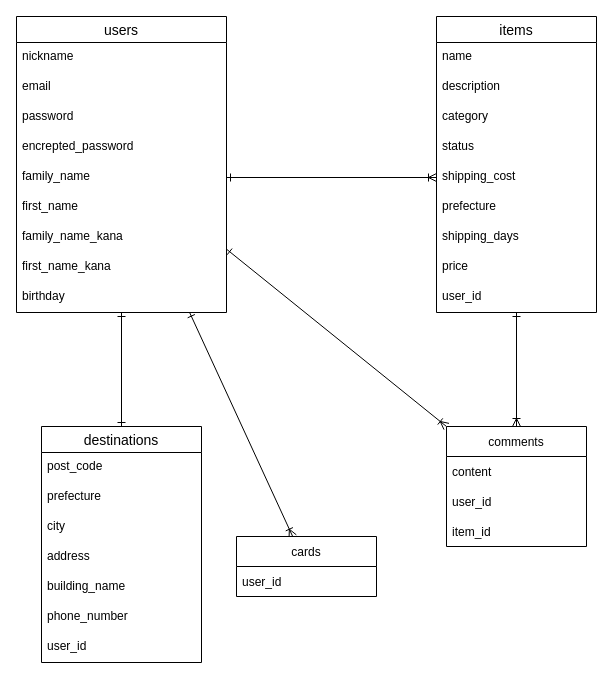
The draw.io diagram ER.dio in valuset3/furima-38021, before the edit. Source tidied: cells renumbered, new cells numbered last; positions are measured from the earlier drawing's top-left corner, leaving out a move shared by most shapes. Both pictures are drawn from the tidied source at 100%, with x=0, y=0 at pixel (16, 16).
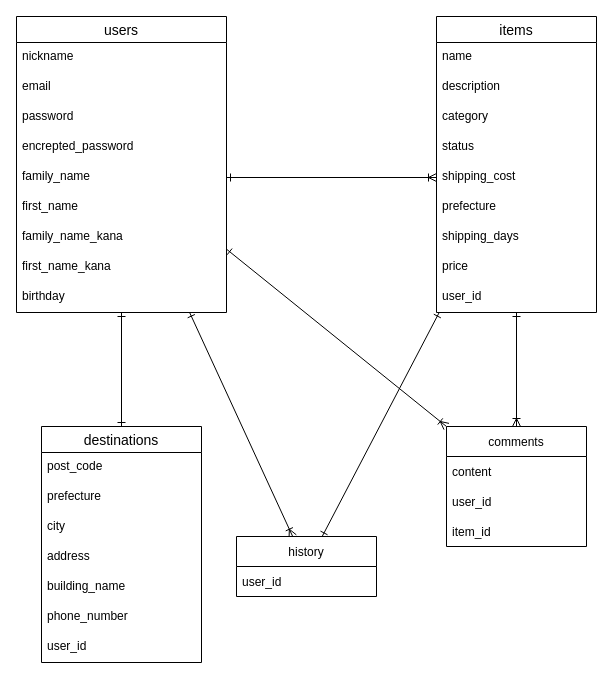
The same page after the edit.

The change refers to these unchanged cells:
```xml
<mxCell id="16" value="items" style="swimlane;fontStyle=0;horizontal=1;startSize=26;align=center;fontSize=14;" parent="1" vertex="1">
  <mxGeometry x="420" width="160" height="296" as="geometry" />
</mxCell>
```

What changed in the source:
```diff
@@
+    <mxCell id="41" style="edgeStyle=none;html=1;endArrow=ERone;endFill=0;startArrow=ERone;startFill=0;" parent="1" edge="1" source="16" target="35">
+      <mxGeometry relative="1" as="geometry" />
+    </mxCell>
@@
-    <mxCell id="35" value="cards" style="swimlane;fontStyle=0;horizontal=1;startSize=30;" parent="1" vertex="1">
+    <mxCell id="35" value="history" style="swimlane;fontStyle=0;horizontal=1;startSize=30;" parent="1" vertex="1">
       <mxGeometry x="220" y="520" width="140" height="60" as="geometry" />
     </mxCell>
```
